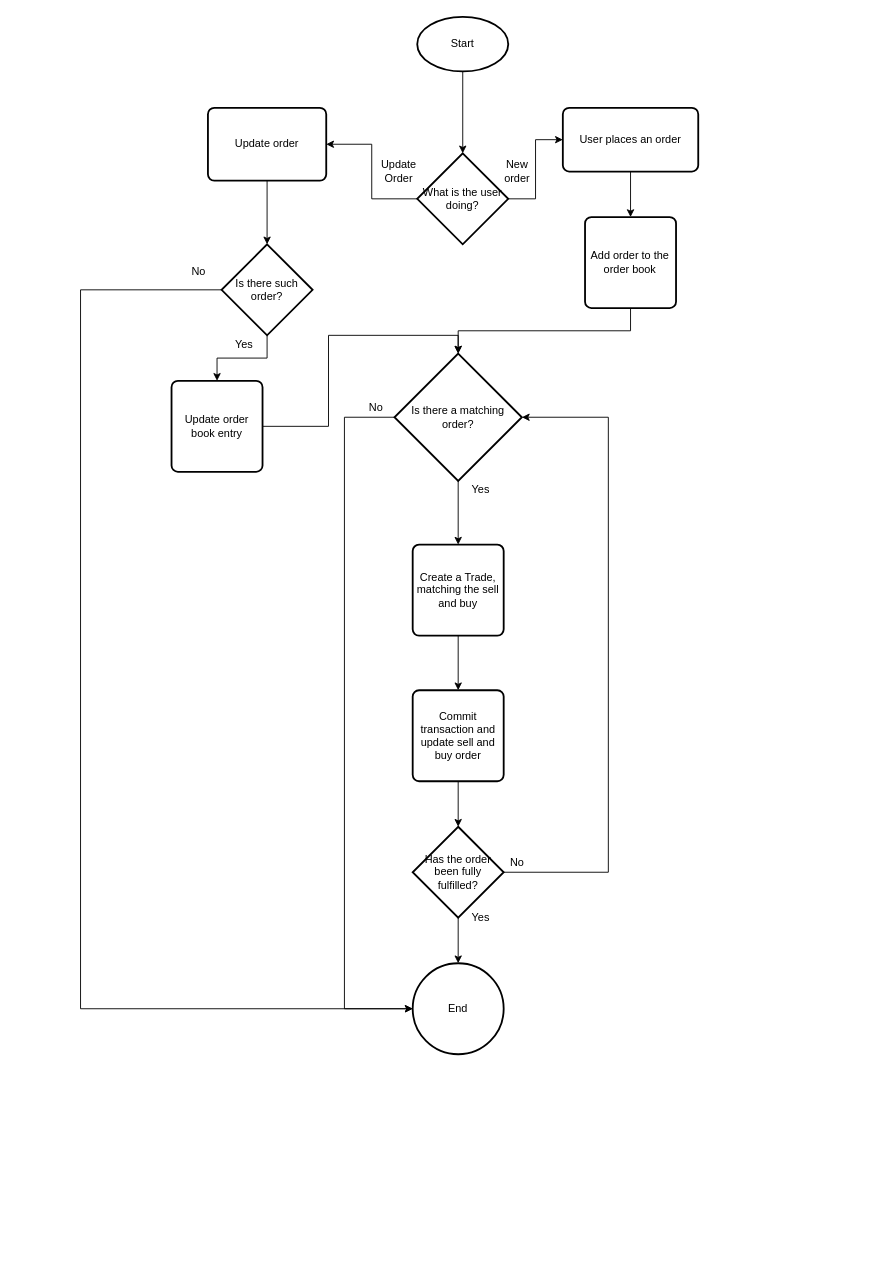
Above: page "Class Diagram" (1 of 2) of Class Diagram and ERD.drawio in utku-aydin/orderbook (draw.io), before the change. Source tidied: cells renumbered, new cells numbered last; positions are measured from the earlier drawing's top-left corner, leaving out a move shared by most shapes. Both pictures are drawn from the tidied source at 91%, with x=0, y=0 at pixel (80, 16).
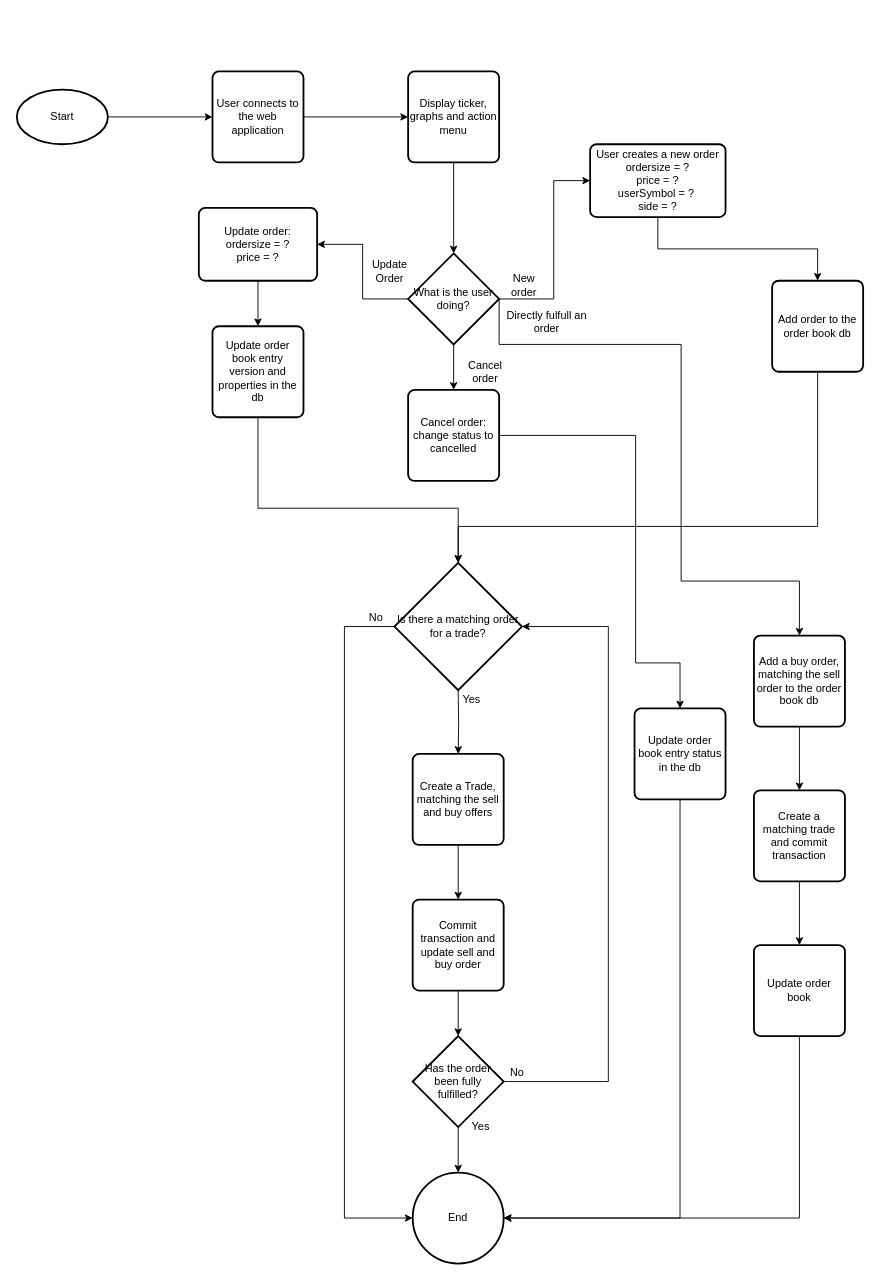
The same diagram, later.

The edit, as a diff of the source:
```diff
@@
-    <mxCell id="2" style="edgeStyle=orthogonalEdgeStyle;rounded=0;jettySize=auto;html=1;exitX=0.5;exitY=1;exitDx=0;exitDy=0;exitPerimeter=0;entryX=0.5;entryY=0;entryDx=0;entryDy=0;entryPerimeter=0;" parent="1" edge="1" source="3" target="27">
-      <mxGeometry relative="1" as="geometry" />
-    </mxCell>
+    <mxCell id="37" style="edgeStyle=orthogonalEdgeStyle;rounded=0;jettySize=auto;html=1;exitX=1;exitY=0.5;exitDx=0;exitDy=0;exitPerimeter=0;entryX=0;entryY=0.5;entryDx=0;entryDy=0;" parent="1" edge="1" source="3" target="45">
+      <mxGeometry relative="1" as="geometry" />
+    </mxCell>
     <mxCell id="3" value="Start" style="strokeWidth=2;html=1;shape=mxgraph.flowchart.start_1;whiteSpace=wrap;" parent="1" vertex="1">
-      <mxGeometry x="370" width="100" height="60" as="geometry" />
+      <mxGeometry x="-70" y="80" width="100" height="60" as="geometry" />
     </mxCell>
@@
-    <mxCell id="5" value="User places an order" style="rounded=1;whiteSpace=wrap;html=1;absoluteArcSize=1;arcSize=14;strokeWidth=2;" parent="1" vertex="1">
-      <mxGeometry x="530" y="100" width="148.8" height="70" as="geometry" />
+    <mxCell id="5" value="User creates a new order&lt;br&gt;ordersize = ?&lt;br&gt;price = ?&lt;br&gt;userSymbol = ?&amp;nbsp;&lt;br&gt;side = ?" style="rounded=1;whiteSpace=wrap;html=1;absoluteArcSize=1;arcSize=14;strokeWidth=2;" parent="1" vertex="1">
+      <mxGeometry x="560" y="140" width="148.8" height="80" as="geometry" />
     </mxCell>
     <mxCell id="6" style="edgeStyle=orthogonalEdgeStyle;rounded=0;jettySize=auto;html=1;exitX=0.5;exitY=1;exitDx=0;exitDy=0;entryX=0.5;entryY=0;entryDx=0;entryDy=0;entryPerimeter=0;" parent="1" edge="1" source="7" target="14">
-      <mxGeometry relative="1" as="geometry" />
+      <mxGeometry relative="1" as="geometry">
+        <Array as="points">
+          <mxPoint x="810" y="560" />
+          <mxPoint x="415" y="560" />
+        </Array>
+      </mxGeometry>
     </mxCell>
-    <mxCell id="7" value="Add order to the order book" style="rounded=1;whiteSpace=wrap;html=1;absoluteArcSize=1;arcSize=14;strokeWidth=2;" parent="1" vertex="1">
-      <mxGeometry x="554.4" y="220" width="100" height="100" as="geometry" />
+    <mxCell id="7" value="Add order to the order book db" style="rounded=1;whiteSpace=wrap;html=1;absoluteArcSize=1;arcSize=14;strokeWidth=2;" parent="1" vertex="1">
+      <mxGeometry x="760" y="290" width="100" height="100" as="geometry" />
     </mxCell>
@@
-    <mxCell id="9" value="Create a Trade, matching the sell and buy" style="rounded=1;whiteSpace=wrap;html=1;absoluteArcSize=1;arcSize=14;strokeWidth=2;" parent="1" vertex="1">
-      <mxGeometry x="365" y="580" width="100" height="100" as="geometry" />
+    <mxCell id="9" value="Create a Trade, matching the sell and buy offers" style="rounded=1;whiteSpace=wrap;html=1;absoluteArcSize=1;arcSize=14;strokeWidth=2;" parent="1" vertex="1">
+      <mxGeometry x="365" y="810" width="100" height="100" as="geometry" />
     </mxCell>
@@
     <mxCell id="11" value="Commit transaction and update sell and buy order" style="rounded=1;whiteSpace=wrap;html=1;absoluteArcSize=1;arcSize=14;strokeWidth=2;" parent="1" vertex="1">
-      <mxGeometry x="365" y="740" width="100" height="100" as="geometry" />
+      <mxGeometry x="365" y="970" width="100" height="100" as="geometry" />
     </mxCell>
-    <mxCell id="12" style="edgeStyle=orthogonalEdgeStyle;rounded=0;jettySize=auto;html=1;exitX=0.5;exitY=1;exitDx=0;exitDy=0;exitPerimeter=0;entryX=0.5;entryY=0;entryDx=0;entryDy=0;" parent="1" edge="1" source="14" target="9">
-      <mxGeometry relative="1" as="geometry" />
+    <mxCell id="12" style="edgeStyle=orthogonalEdgeStyle;rounded=0;jettySize=auto;html=1;exitX=0.5;exitY=1;exitDx=0;exitDy=0;exitPerimeter=0;entryX=0.5;entryY=0;entryDx=0;entryDy=0;" parent="1" edge="1" target="9">
+      <mxGeometry relative="1" as="geometry">
+        <mxPoint x="415" y="740" as="sourcePoint" />
+      </mxGeometry>
     </mxCell>
-    <mxCell id="13" style="edgeStyle=orthogonalEdgeStyle;rounded=0;jettySize=auto;html=1;exitX=0;exitY=0.5;exitDx=0;exitDy=0;exitPerimeter=0;entryX=0;entryY=0.5;entryDx=0;entryDy=0;entryPerimeter=0;" parent="1" edge="1" source="14" target="21">
+    <mxCell id="13" style="edgeStyle=orthogonalEdgeStyle;rounded=0;jettySize=auto;html=1;exitX=0;exitY=0.5;exitDx=0;exitDy=0;exitPerimeter=0;entryX=0;entryY=0.5;entryDx=0;entryDy=0;entryPerimeter=0;" parent="1" edge="1" target="21">
       <mxGeometry relative="1" as="geometry">
+        <mxPoint x="345" y="670" as="sourcePoint" />
         <Array as="points">
-          <mxPoint x="290" y="440" />
-          <mxPoint x="290" y="1090" />
+          <mxPoint x="290" y="670" />
+          <mxPoint x="290" y="1320" />
         </Array>
       </mxGeometry>
     </mxCell>
-    <mxCell id="14" value="Is there a matching order?" style="strokeWidth=2;html=1;shape=mxgraph.flowchart.decision;whiteSpace=wrap;" parent="1" vertex="1">
-      <mxGeometry x="345" y="370" width="140" height="140" as="geometry" />
+    <mxCell id="14" value="Is there a matching order for a trade?" style="strokeWidth=2;html=1;shape=mxgraph.flowchart.decision;whiteSpace=wrap;" parent="1" vertex="1">
+      <mxGeometry x="345" y="600" width="140" height="140" as="geometry" />
     </mxCell>
     <mxCell id="15" value="Yes" style="text;html=1;strokeColor=none;fillColor=none;align=center;verticalAlign=middle;whiteSpace=wrap;rounded=0;" parent="1" vertex="1">
-      <mxGeometry x="420" y="510" width="40" height="20" as="geometry" />
+      <mxGeometry x="410" y="740" width="40" height="20" as="geometry" />
     </mxCell>
-    <mxCell id="16" style="edgeStyle=orthogonalEdgeStyle;rounded=0;jettySize=auto;html=1;exitX=1;exitY=0.5;exitDx=0;exitDy=0;exitPerimeter=0;entryX=1;entryY=0.5;entryDx=0;entryDy=0;entryPerimeter=0;" parent="1" edge="1" source="18" target="14">
+    <mxCell id="16" style="edgeStyle=orthogonalEdgeStyle;rounded=0;jettySize=auto;html=1;exitX=1;exitY=0.5;exitDx=0;exitDy=0;exitPerimeter=0;entryX=1;entryY=0.5;entryDx=0;entryDy=0;entryPerimeter=0;" parent="1" edge="1" source="18">
       <mxGeometry relative="1" as="geometry">
+        <mxPoint x="485" y="670" as="targetPoint" />
         <Array as="points">
-          <mxPoint x="580" y="940" />
-          <mxPoint x="580" y="440" />
+          <mxPoint x="580" y="1170" />
+          <mxPoint x="580" y="670" />
         </Array>
       </mxGeometry>
     </mxCell>
@@
     <mxCell id="18" value="Has the order been fully fulfilled?" style="strokeWidth=2;html=1;shape=mxgraph.flowchart.decision;whiteSpace=wrap;" parent="1" vertex="1">
-      <mxGeometry x="365" y="890" width="100" height="100" as="geometry" />
+      <mxGeometry x="365" y="1120" width="100" height="100" as="geometry" />
     </mxCell>
     <mxCell id="19" value="No" style="text;html=1;strokeColor=none;fillColor=none;align=center;verticalAlign=middle;whiteSpace=wrap;rounded=0;" parent="1" vertex="1">
-      <mxGeometry x="460" y="920" width="40" height="20" as="geometry" />
+      <mxGeometry x="460" y="1150" width="40" height="20" as="geometry" />
     </mxCell>
     <mxCell id="20" value="No" style="text;html=1;strokeColor=none;fillColor=none;align=center;verticalAlign=middle;whiteSpace=wrap;rounded=0;" parent="1" vertex="1">
-      <mxGeometry x="305" y="420" width="40" height="20" as="geometry" />
+      <mxGeometry x="305" y="650" width="40" height="20" as="geometry" />
     </mxCell>
     <mxCell id="21" value="End" style="strokeWidth=2;html=1;shape=mxgraph.flowchart.start_2;whiteSpace=wrap;" parent="1" vertex="1">
-      <mxGeometry x="365" y="1040" width="100" height="100" as="geometry" />
+      <mxGeometry x="365" y="1270" width="100" height="100" as="geometry" />
     </mxCell>
     <mxCell id="22" value="Yes" style="text;html=1;strokeColor=none;fillColor=none;align=center;verticalAlign=middle;whiteSpace=wrap;rounded=0;" parent="1" vertex="1">
-      <mxGeometry x="420" y="980" width="40" height="20" as="geometry" />
+      <mxGeometry x="420" y="1210" width="40" height="20" as="geometry" />
     </mxCell>
-    <mxCell id="23" style="edgeStyle=orthogonalEdgeStyle;rounded=0;jettySize=auto;html=1;exitX=0.5;exitY=1;exitDx=0;exitDy=0;entryX=0.5;entryY=0;entryDx=0;entryDy=0;entryPerimeter=0;" parent="1" edge="1" source="24" target="32">
-      <mxGeometry relative="1" as="geometry" />
-    </mxCell>
+    <mxCell id="38" style="edgeStyle=orthogonalEdgeStyle;rounded=0;jettySize=auto;html=1;exitX=0.5;exitY=1;exitDx=0;exitDy=0;entryX=0.5;entryY=0;entryDx=0;entryDy=0;" parent="1" edge="1" source="24" target="29">
+      <mxGeometry relative="1" as="geometry" />
+    </mxCell>
-    <mxCell id="24" value="Update order" style="rounded=1;whiteSpace=wrap;html=1;absoluteArcSize=1;arcSize=14;strokeWidth=2;" parent="1" vertex="1">
-      <mxGeometry x="140" y="100" width="130" height="80" as="geometry" />
+    <mxCell id="24" value="Update order:&lt;br&gt;ordersize = ?&lt;br&gt;price = ?" style="rounded=1;whiteSpace=wrap;html=1;absoluteArcSize=1;arcSize=14;strokeWidth=2;" parent="1" vertex="1">
+      <mxGeometry x="130" y="210" width="130" height="80" as="geometry" />
     </mxCell>
@@
     <mxCell id="26" style="edgeStyle=orthogonalEdgeStyle;rounded=0;jettySize=auto;html=1;exitX=1;exitY=0.5;exitDx=0;exitDy=0;exitPerimeter=0;entryX=0;entryY=0.5;entryDx=0;entryDy=0;" parent="1" edge="1" source="27" target="5">
-      <mxGeometry relative="1" as="geometry" />
+      <mxGeometry relative="1" as="geometry">
+        <Array as="points">
+          <mxPoint x="520" y="310" />
+          <mxPoint x="520" y="180" />
+        </Array>
+      </mxGeometry>
     </mxCell>
+    <mxCell id="39" style="edgeStyle=orthogonalEdgeStyle;rounded=0;jettySize=auto;html=1;exitX=0.5;exitY=1;exitDx=0;exitDy=0;exitPerimeter=0;entryX=0.5;entryY=0;entryDx=0;entryDy=0;" parent="1" edge="1" source="27" target="42">
+      <mxGeometry relative="1" as="geometry" />
+    </mxCell>
+    <mxCell id="40" style="edgeStyle=orthogonalEdgeStyle;rounded=0;jettySize=auto;html=1;exitX=1;exitY=0.5;exitDx=0;exitDy=0;exitPerimeter=0;entryX=0.5;entryY=0;entryDx=0;entryDy=0;" parent="1" edge="1" source="27" target="50">
+      <mxGeometry relative="1" as="geometry">
+        <Array as="points">
+          <mxPoint x="460" y="360" />
+          <mxPoint x="660" y="360" />
+          <mxPoint x="660" y="620" />
+          <mxPoint x="790" y="620" />
+        </Array>
+      </mxGeometry>
+    </mxCell>
     <mxCell id="27" value="What is the user doing?" style="strokeWidth=2;html=1;shape=mxgraph.flowchart.decision;whiteSpace=wrap;" parent="1" vertex="1">
-      <mxGeometry x="370" y="150" width="100" height="100" as="geometry" />
+      <mxGeometry x="360" y="260" width="100" height="100" as="geometry" />
     </mxCell>
-    <mxCell id="28" style="edgeStyle=orthogonalEdgeStyle;rounded=0;jettySize=auto;html=1;exitX=1;exitY=0.5;exitDx=0;exitDy=0;entryX=0.5;entryY=0;entryDx=0;entryDy=0;entryPerimeter=0;" parent="1" edge="1" source="29" target="14">
-      <mxGeometry relative="1" as="geometry" />
+    <mxCell id="28" style="edgeStyle=orthogonalEdgeStyle;rounded=0;jettySize=auto;html=1;exitX=0.5;exitY=1;exitDx=0;exitDy=0;entryX=0.5;entryY=0;entryDx=0;entryDy=0;entryPerimeter=0;" parent="1" edge="1" source="29" target="14">
+      <mxGeometry relative="1" as="geometry">
+        <Array as="points">
+          <mxPoint x="195" y="540" />
+          <mxPoint x="415" y="540" />
+        </Array>
+      </mxGeometry>
     </mxCell>
-    <mxCell id="29" value="Update order book entry" style="rounded=1;whiteSpace=wrap;html=1;absoluteArcSize=1;arcSize=14;strokeWidth=2;" parent="1" vertex="1">
-      <mxGeometry x="100" y="400" width="100" height="100" as="geometry" />
+    <mxCell id="29" value="Update order book entry version and properties in the db" style="rounded=1;whiteSpace=wrap;html=1;absoluteArcSize=1;arcSize=14;strokeWidth=2;" parent="1" vertex="1">
+      <mxGeometry x="145" y="340" width="100" height="100" as="geometry" />
     </mxCell>
-    <mxCell id="30" style="edgeStyle=orthogonalEdgeStyle;rounded=0;jettySize=auto;html=1;exitX=0.5;exitY=1;exitDx=0;exitDy=0;exitPerimeter=0;" parent="1" edge="1" source="32" target="29">
-      <mxGeometry relative="1" as="geometry" />
-    </mxCell>
-    <mxCell id="31" style="edgeStyle=orthogonalEdgeStyle;rounded=0;jettySize=auto;html=1;exitX=0;exitY=0.5;exitDx=0;exitDy=0;exitPerimeter=0;entryX=0;entryY=0.5;entryDx=0;entryDy=0;entryPerimeter=0;" parent="1" edge="1" source="32" target="21">
-      <mxGeometry relative="1" as="geometry">
-        <Array as="points">
-          <mxPoint y="300" />
-          <mxPoint y="1090" />
-        </Array>
-      </mxGeometry>
-    </mxCell>
-    <mxCell id="32" value="Is there such order?" style="strokeWidth=2;html=1;shape=mxgraph.flowchart.decision;whiteSpace=wrap;" parent="1" vertex="1">
-      <mxGeometry x="155" y="250" width="100" height="100" as="geometry" />
-    </mxCell>
-    <mxCell id="33" value="Yes" style="text;html=1;strokeColor=none;fillColor=none;align=center;verticalAlign=middle;whiteSpace=wrap;rounded=0;" parent="1" vertex="1">
-      <mxGeometry x="160" y="350" width="40" height="20" as="geometry" />
-    </mxCell>
-    <mxCell id="34" value="No" style="text;html=1;strokeColor=none;fillColor=none;align=center;verticalAlign=middle;whiteSpace=wrap;rounded=0;" parent="1" vertex="1">
-      <mxGeometry x="110" y="270" width="40" height="20" as="geometry" />
-    </mxCell>
     <mxCell id="35" value="Update Order" style="text;html=1;strokeColor=none;fillColor=none;align=center;verticalAlign=middle;whiteSpace=wrap;rounded=0;" parent="1" vertex="1">
-      <mxGeometry x="330" y="160" width="40" height="20" as="geometry" />
+      <mxGeometry x="320" y="270" width="40" height="20" as="geometry" />
     </mxCell>
     <mxCell id="36" value="New order" style="text;html=1;strokeColor=none;fillColor=none;align=center;verticalAlign=middle;whiteSpace=wrap;rounded=0;" parent="1" vertex="1">
-      <mxGeometry x="460" y="160" width="40" height="20" as="geometry" />
+      <mxGeometry x="460" y="280" width="55" height="30" as="geometry" />
     </mxCell>
+    <mxCell id="41" style="edgeStyle=orthogonalEdgeStyle;rounded=0;jettySize=auto;html=1;exitX=1;exitY=0.5;exitDx=0;exitDy=0;entryX=0.5;entryY=0;entryDx=0;entryDy=0;" parent="1" edge="1" source="42" target="56">
+      <mxGeometry relative="1" as="geometry">
+        <Array as="points">
+          <mxPoint x="610" y="460" />
+          <mxPoint x="610" y="710" />
+          <mxPoint x="659" y="710" />
+        </Array>
+      </mxGeometry>
+    </mxCell>
+    <mxCell id="42" value="Cancel order:&lt;br&gt;change status to cancelled" style="rounded=1;whiteSpace=wrap;html=1;absoluteArcSize=1;arcSize=14;strokeWidth=2;" parent="1" vertex="1">
+      <mxGeometry x="360" y="410" width="100" height="100" as="geometry" />
+    </mxCell>
+    <mxCell id="43" value="Cancel order" style="text;html=1;strokeColor=none;fillColor=none;align=center;verticalAlign=middle;whiteSpace=wrap;rounded=0;" parent="1" vertex="1">
+      <mxGeometry x="410" y="380" width="70" height="20" as="geometry" />
+    </mxCell>
+    <mxCell id="44" style="edgeStyle=orthogonalEdgeStyle;rounded=0;jettySize=auto;html=1;exitX=1;exitY=0.5;exitDx=0;exitDy=0;entryX=0;entryY=0.5;entryDx=0;entryDy=0;" parent="1" edge="1" source="45" target="47">
+      <mxGeometry relative="1" as="geometry" />
+    </mxCell>
+    <mxCell id="45" value="User connects to the web application" style="rounded=1;whiteSpace=wrap;html=1;absoluteArcSize=1;arcSize=14;strokeWidth=2;" parent="1" vertex="1">
+      <mxGeometry x="145" y="60" width="100" height="100" as="geometry" />
+    </mxCell>
+    <mxCell id="46" style="edgeStyle=orthogonalEdgeStyle;rounded=0;jettySize=auto;html=1;exitX=0.5;exitY=1;exitDx=0;exitDy=0;entryX=0.5;entryY=0;entryDx=0;entryDy=0;entryPerimeter=0;" parent="1" edge="1" source="47" target="27">
+      <mxGeometry relative="1" as="geometry" />
+    </mxCell>
+    <mxCell id="47" value="Display ticker, graphs and action menu" style="rounded=1;whiteSpace=wrap;html=1;absoluteArcSize=1;arcSize=14;strokeWidth=2;" parent="1" vertex="1">
+      <mxGeometry x="360" y="60" width="100" height="100" as="geometry" />
+    </mxCell>
+    <mxCell id="48" value="Directly fulfull an order" style="text;html=1;strokeColor=none;fillColor=none;align=center;verticalAlign=middle;whiteSpace=wrap;rounded=0;" parent="1" vertex="1">
+      <mxGeometry x="465" y="320" width="95" height="30" as="geometry" />
+    </mxCell>
+    <mxCell id="49" style="edgeStyle=orthogonalEdgeStyle;rounded=0;jettySize=auto;html=1;exitX=0.5;exitY=1;exitDx=0;exitDy=0;entryX=0.5;entryY=0;entryDx=0;entryDy=0;" parent="1" edge="1" source="50" target="52">
+      <mxGeometry relative="1" as="geometry" />
+    </mxCell>
+    <mxCell id="50" value="Add a buy order, matching the sell order to the order book db" style="rounded=1;whiteSpace=wrap;html=1;absoluteArcSize=1;arcSize=14;strokeWidth=2;" parent="1" vertex="1">
+      <mxGeometry x="740" y="680" width="100" height="100" as="geometry" />
+    </mxCell>
+    <mxCell id="51" style="edgeStyle=orthogonalEdgeStyle;rounded=0;jettySize=auto;html=1;exitX=0.5;exitY=1;exitDx=0;exitDy=0;entryX=0.5;entryY=0;entryDx=0;entryDy=0;" parent="1" edge="1" source="52" target="54">
+      <mxGeometry relative="1" as="geometry" />
+    </mxCell>
+    <mxCell id="52" value="Create a matching trade and commit transaction" style="rounded=1;whiteSpace=wrap;html=1;absoluteArcSize=1;arcSize=14;strokeWidth=2;" parent="1" vertex="1">
+      <mxGeometry x="740" y="850" width="100" height="100" as="geometry" />
+    </mxCell>
+    <mxCell id="53" style="edgeStyle=orthogonalEdgeStyle;rounded=0;jettySize=auto;html=1;exitX=0.5;exitY=1;exitDx=0;exitDy=0;entryX=1;entryY=0.5;entryDx=0;entryDy=0;entryPerimeter=0;" parent="1" edge="1" source="54" target="21">
+      <mxGeometry relative="1" as="geometry" />
+    </mxCell>
+    <mxCell id="54" value="Update order book" style="rounded=1;whiteSpace=wrap;html=1;absoluteArcSize=1;arcSize=14;strokeWidth=2;" parent="1" vertex="1">
+      <mxGeometry x="740" y="1020" width="100" height="100" as="geometry" />
+    </mxCell>
+    <mxCell id="55" style="edgeStyle=orthogonalEdgeStyle;rounded=0;jettySize=auto;html=1;exitX=0.5;exitY=1;exitDx=0;exitDy=0;entryX=1;entryY=0.5;entryDx=0;entryDy=0;entryPerimeter=0;" parent="1" edge="1" source="56" target="21">
+      <mxGeometry relative="1" as="geometry" />
+    </mxCell>
+    <mxCell id="56" value="Update order book entry status in the db" style="rounded=1;whiteSpace=wrap;html=1;absoluteArcSize=1;arcSize=14;strokeWidth=2;" parent="1" vertex="1">
+      <mxGeometry x="608.8" y="760" width="100" height="100" as="geometry" />
+    </mxCell>
```
